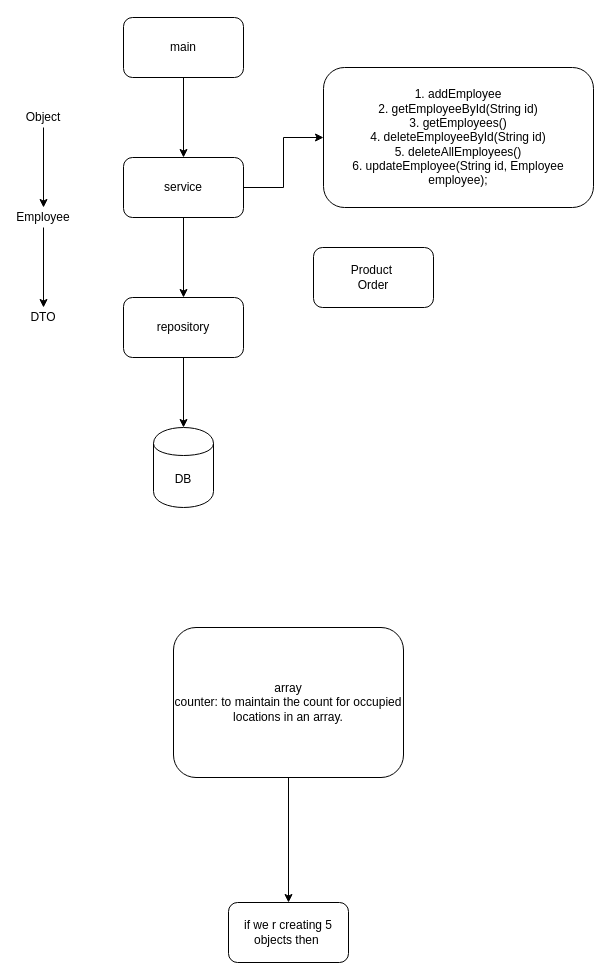
abhinandanchivate/landisgyrNotes keeps this draw.io diagram as page "Application Flow" (2 of 14) of Untitled Diagram.drawio. Above is the earlier version. Source tidied: cells renumbered, new cells numbered last; positions are measured from the earlier drawing's top-left corner, leaving out a move shared by most shapes. Both pictures are drawn from the tidied source at 100%, with x=0, y=0 at pixel (23, 17).
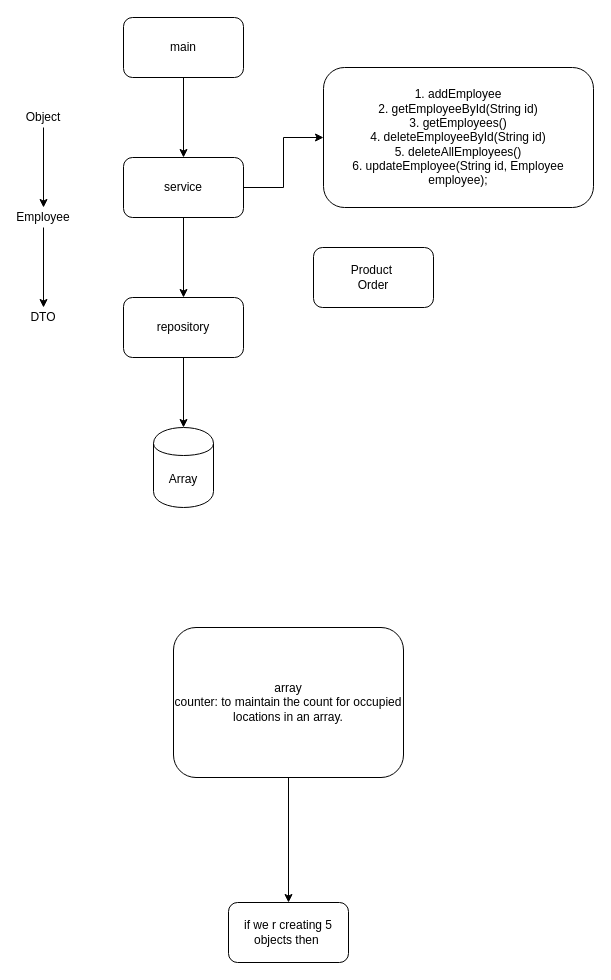
The same page after the edit.

The edit, as a diff of the source:
```diff
@@
 <mxGraphModel>
   <root>
     <mxCell id="0" />
     <mxCell id="1" parent="0" />
     <mxCell id="2" style="edgeStyle=orthogonalEdgeStyle;rounded=0;jettySize=auto;html=1;" parent="1" edge="1" source="3" target="6">
       <mxGeometry relative="1" as="geometry" />
     </mxCell>
     <mxCell id="3" value="main" style="rounded=1;whiteSpace=wrap;html=1;" parent="1" vertex="1">
       <mxGeometry x="100" width="120" height="60" as="geometry" />
     </mxCell>
     <mxCell id="4" style="edgeStyle=orthogonalEdgeStyle;rounded=0;jettySize=auto;html=1;" parent="1" edge="1" source="6" target="8">
       <mxGeometry relative="1" as="geometry" />
     </mxCell>
     <mxCell id="5" style="edgeStyle=orthogonalEdgeStyle;rounded=0;jettySize=auto;html=1;entryX=0;entryY=0.5;entryDx=0;entryDy=0;" parent="1" edge="1" source="6" target="15">
       <mxGeometry relative="1" as="geometry" />
     </mxCell>
     <mxCell id="6" value="service" style="rounded=1;whiteSpace=wrap;html=1;" parent="1" vertex="1">
       <mxGeometry x="100" y="140" width="120" height="60" as="geometry" />
     </mxCell>
     <mxCell id="7" style="edgeStyle=orthogonalEdgeStyle;rounded=0;jettySize=auto;html=1;" parent="1" edge="1" source="8" target="9">
       <mxGeometry relative="1" as="geometry" />
     </mxCell>
     <mxCell id="8" value="repository" style="rounded=1;whiteSpace=wrap;html=1;" parent="1" vertex="1">
       <mxGeometry x="100" y="280" width="120" height="60" as="geometry" />
     </mxCell>
-    <mxCell id="9" value="DB" style="shape=cylinder;whiteSpace=wrap;html=1;boundedLbl=1;backgroundOutline=1;rounded=1;" parent="1" vertex="1">
+    <mxCell id="9" value="Array" style="shape=cylinder;whiteSpace=wrap;html=1;boundedLbl=1;backgroundOutline=1;rounded=1;" parent="1" vertex="1">
       <mxGeometry x="130" y="410" width="60" height="80" as="geometry" />
     </mxCell>
     <mxCell id="10" style="edgeStyle=orthogonalEdgeStyle;rounded=0;jettySize=auto;html=1;" parent="1" edge="1" source="11" target="13">
       <mxGeometry relative="1" as="geometry" />
     </mxCell>
     <mxCell id="11" value="Object" style="text;html=1;strokeColor=none;fillColor=none;align=center;verticalAlign=middle;whiteSpace=wrap;rounded=0;" parent="1" vertex="1">
       <mxGeometry y="90" width="40" height="20" as="geometry" />
     </mxCell>
     <mxCell id="12" style="edgeStyle=orthogonalEdgeStyle;rounded=0;jettySize=auto;html=1;" parent="1" edge="1" source="13" target="14">
       <mxGeometry relative="1" as="geometry" />
     </mxCell>
     <mxCell id="13" value="Employee" style="text;html=1;strokeColor=none;fillColor=none;align=center;verticalAlign=middle;whiteSpace=wrap;rounded=0;" parent="1" vertex="1">
       <mxGeometry y="190" width="40" height="20" as="geometry" />
     </mxCell>
     <mxCell id="14" value="DTO" style="text;html=1;strokeColor=none;fillColor=none;align=center;verticalAlign=middle;whiteSpace=wrap;rounded=0;" parent="1" vertex="1">
       <mxGeometry y="290" width="40" height="20" as="geometry" />
     </mxCell>
     <mxCell id="15" value="1. addEmployee&lt;br&gt;2. getEmployeeById(String id)&lt;br&gt;3. getEmployees()&lt;br&gt;4. deleteEmployeeById(String id)&lt;br&gt;5. deleteAllEmployees()&lt;br&gt;6. updateEmployee(String id, Employee employee);" style="rounded=1;whiteSpace=wrap;html=1;" parent="1" vertex="1">
       <mxGeometry x="300" y="50" width="270" height="140" as="geometry" />
     </mxCell>
     <mxCell id="16" value="Product&amp;nbsp;&lt;br&gt;Order" style="rounded=1;whiteSpace=wrap;html=1;" parent="1" vertex="1">
       <mxGeometry x="290" y="230" width="120" height="60" as="geometry" />
     </mxCell>
     <mxCell id="17" style="edgeStyle=orthogonalEdgeStyle;rounded=0;jettySize=auto;html=1;" parent="1" edge="1" source="18" target="19">
       <mxGeometry relative="1" as="geometry" />
     </mxCell>
     <mxCell id="18" value="array&lt;br&gt;counter: to maintain the count for occupied locations in an array." style="rounded=1;whiteSpace=wrap;html=1;" parent="1" vertex="1">
       <mxGeometry x="150" y="610" width="230" height="150" as="geometry" />
     </mxCell>
     <mxCell id="19" value="if we r creating 5 objects then&amp;nbsp;" style="whiteSpace=wrap;html=1;rounded=1;" parent="1" vertex="1">
       <mxGeometry x="205" y="885" width="120" height="60" as="geometry" />
     </mxCell>
   </root>
 </mxGraphModel>
```
